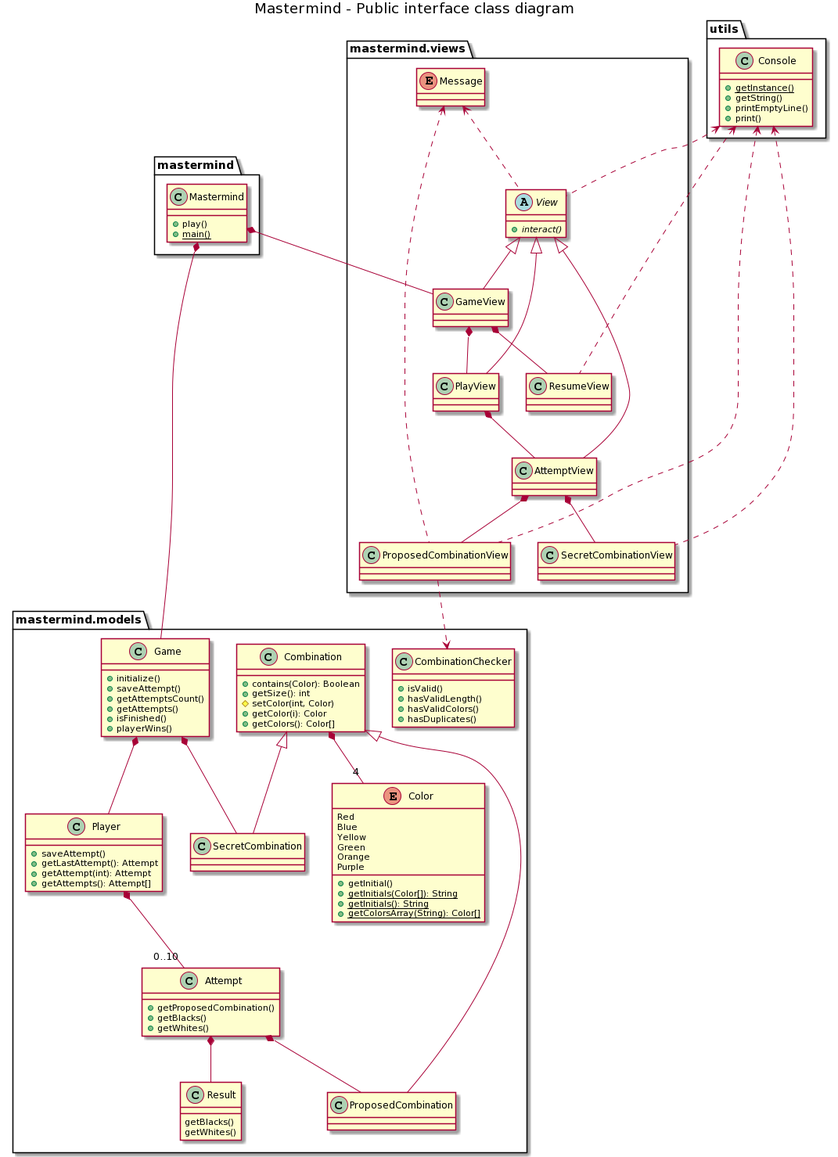
Above: mastermind-public-interface.png in Master-Desarrollo-20-21/diseno-oo-ejercicio2-mastermind-document-view-ferllop (PlantUML), before the change.
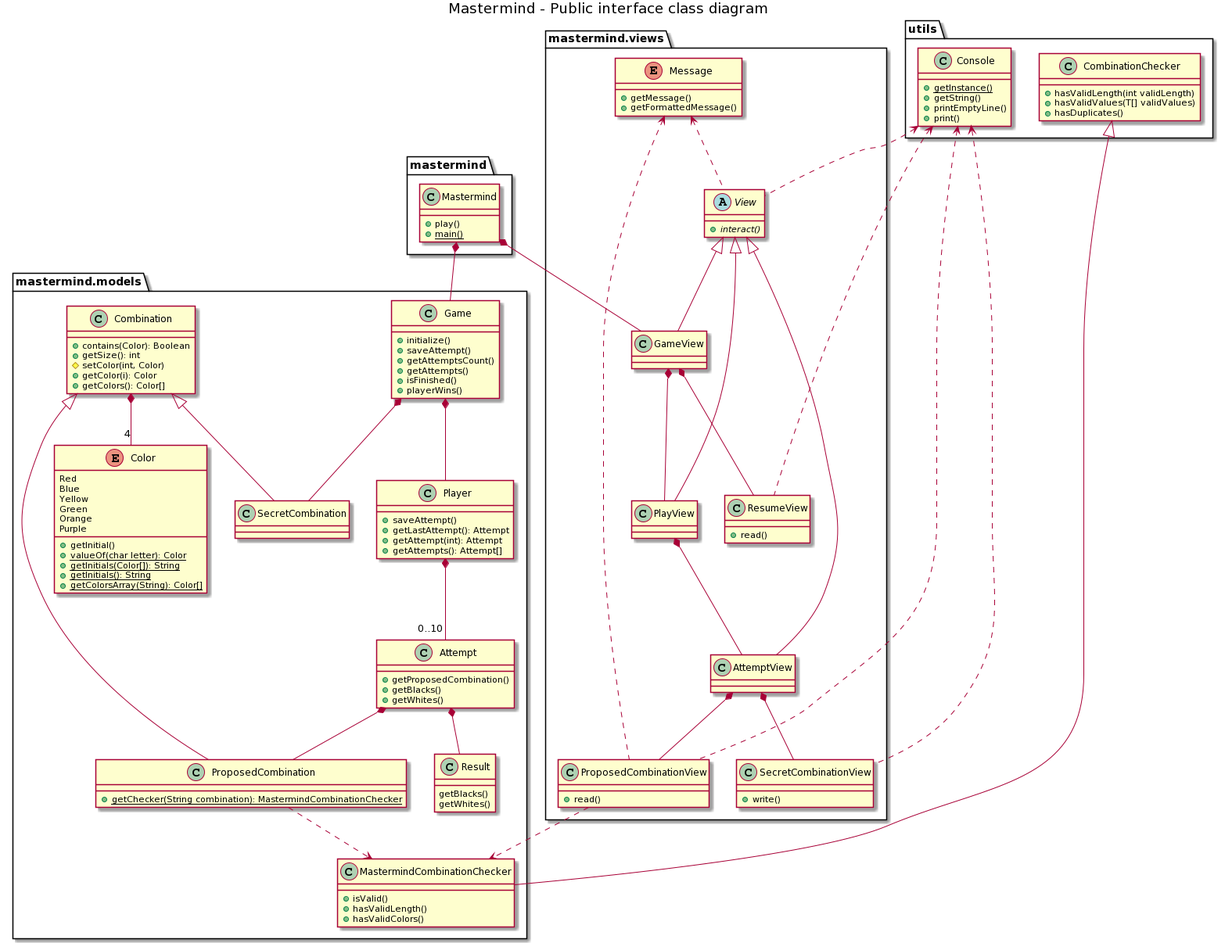
Later version of the same file.

Commit message:
Implement CombinationChecker

The edit, as a diff of the source:
```diff
@@ -31,7 +31,12 @@
     }
     Combination *-- "4" Color
     Combination <|-- SecretCombination
+
+    class ProposedCombination{
+        +{static}getChecker(String combination): MastermindCombinationChecker
+    }
     Combination <|-- ProposedCombination
+    ProposedCombination ..> MastermindCombinationChecker
 
     class Attempt {
         +getProposedCombination()
@@ -62,17 +67,18 @@
         Orange
         Purple
         +getInitial()
+        +{static}valueOf(char letter): Color
         +{static}getInitials(Color[]): String
         +{static}getInitials(): String
         +{static}getColorsArray(String): Color[]
     }
 
-    class CombinationChecker{
+    class MastermindCombinationChecker{
         +isValid()
         +hasValidLength()
         +hasValidColors()
-        +hasDuplicates()
     }
+
 }
 
 package mastermind.views {
@@ -96,10 +102,23 @@
     AttemptView *-- ProposedCombinationView
     AttemptView *-- SecretCombinationView
 
-    class ProposedCombinationView{}
-    ProposedCombinationView ..> CombinationChecker
+    class ProposedCombinationView{
+        +read()
+    }
+    ProposedCombinationView ..> MastermindCombinationChecker
 
-    enum Message{}
+    class SecretCombinationView{
+        +write()
+    }
+
+    class ResumeView{
+        +read()
+    }
+
+    enum Message{
+        +getMessage()
+        +getFormattedMessage()
+    }
     Message <.. ProposedCombinationView
     Message <.. View
 
@@ -117,4 +136,11 @@
     Console <.. ProposedCombinationView
     Console <.. SecretCombinationView
     Console <.. ResumeView
+
+    class CombinationChecker {
+        +hasValidLength(int validLength)
+        +hasValidValues(T[] validValues)
+        +hasDuplicates()
+    }
+    CombinationChecker <|-- MastermindCombinationChecker
 @enduml
```
